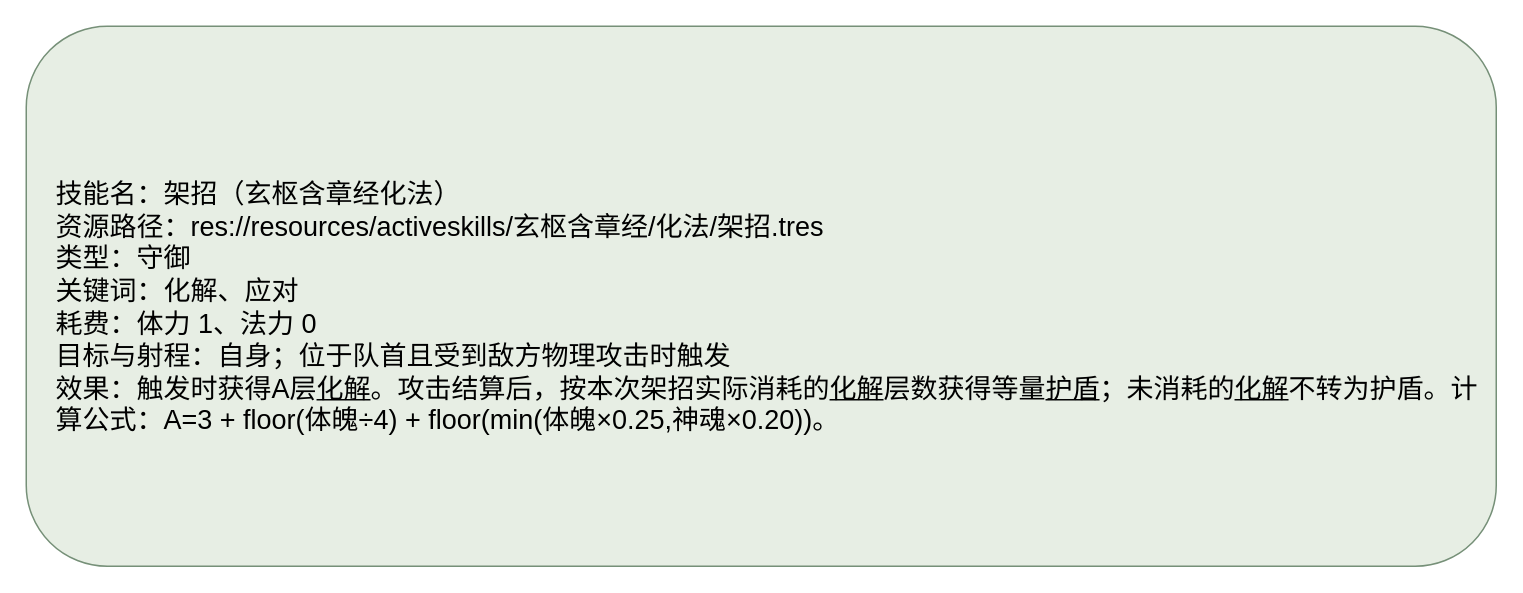
Earlier version of the draw.io diagram docs/卡牌词典/秘籍技能/玄枢含章经/架招.drawio (ankundanetracyc-spec/tian-guan-you-du). Source tidied: cells renumbered, new cells numbered last; positions are measured from the earlier drawing's top-left corner, leaving out a move shared by most shapes. Both pictures are drawn from the tidied source at 150%, with x=0, y=0 at pixel (26, 26).
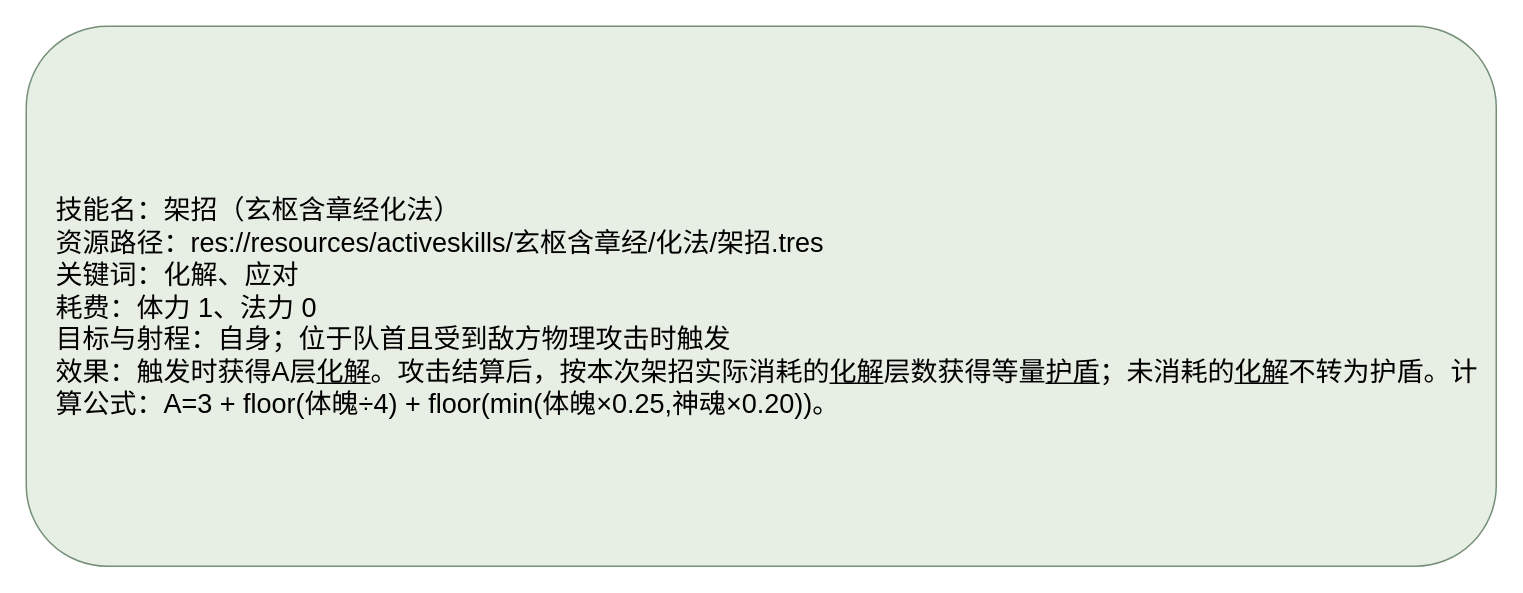
The same diagram, later.

Diff of the diagram source:
```diff
@@
 <mxGraphModel>
   <root>
     <mxCell id="0" />
     <mxCell id="1" parent="0" />
-    <mxCell id="2" value="技能名：架招（玄枢含章经化法）&#10;资源路径：res://resources/activeskills/玄枢含章经/化法/架招.tres&#10;类型：守御&#10;关键词：化解、应对&#10;耗费：体力 1、法力 0&#10;目标与射程：自身；位于队首且受到敌方物理攻击时触发&#10;效果：触发时获得A层&lt;u&gt;化解&lt;/u&gt;。攻击结算后，按本次架招实际消耗的&lt;u&gt;化解&lt;/u&gt;层数获得等量&lt;u&gt;护盾&lt;/u&gt;；未消耗的&lt;u&gt;化解&lt;/u&gt;不转为护盾。计算公式：A=3 + floor(体魄÷4) + floor(min(体魄×0.25,神魂×0.20))。" style="rounded=1;whiteSpace=wrap;html=1;fillColor=#e7eee4;strokeColor=#769078;fontSize=18;align=left;spacingLeft=18;spacingTop=16;" parent="1" vertex="1">
+    <mxCell id="2" value="技能名：架招（玄枢含章经化法）&#10;资源路径：res://resources/activeskills/玄枢含章经/化法/架招.tres&#10;关键词：化解、应对&#10;耗费：体力 1、法力 0&#10;目标与射程：自身；位于队首且受到敌方物理攻击时触发&#10;效果：触发时获得A层&lt;u&gt;化解&lt;/u&gt;。攻击结算后，按本次架招实际消耗的&lt;u&gt;化解&lt;/u&gt;层数获得等量&lt;u&gt;护盾&lt;/u&gt;；未消耗的&lt;u&gt;化解&lt;/u&gt;不转为护盾。计算公式：A=3 + floor(体魄÷4) + floor(min(体魄×0.25,神魂×0.20))。" style="rounded=1;whiteSpace=wrap;html=1;fillColor=#e7eee4;strokeColor=#769078;fontSize=18;align=left;spacingLeft=18;spacingTop=16;" parent="1" vertex="1">
       <mxGeometry width="980" height="360" as="geometry" />
     </mxCell>
   </root>
 </mxGraphModel>
```
